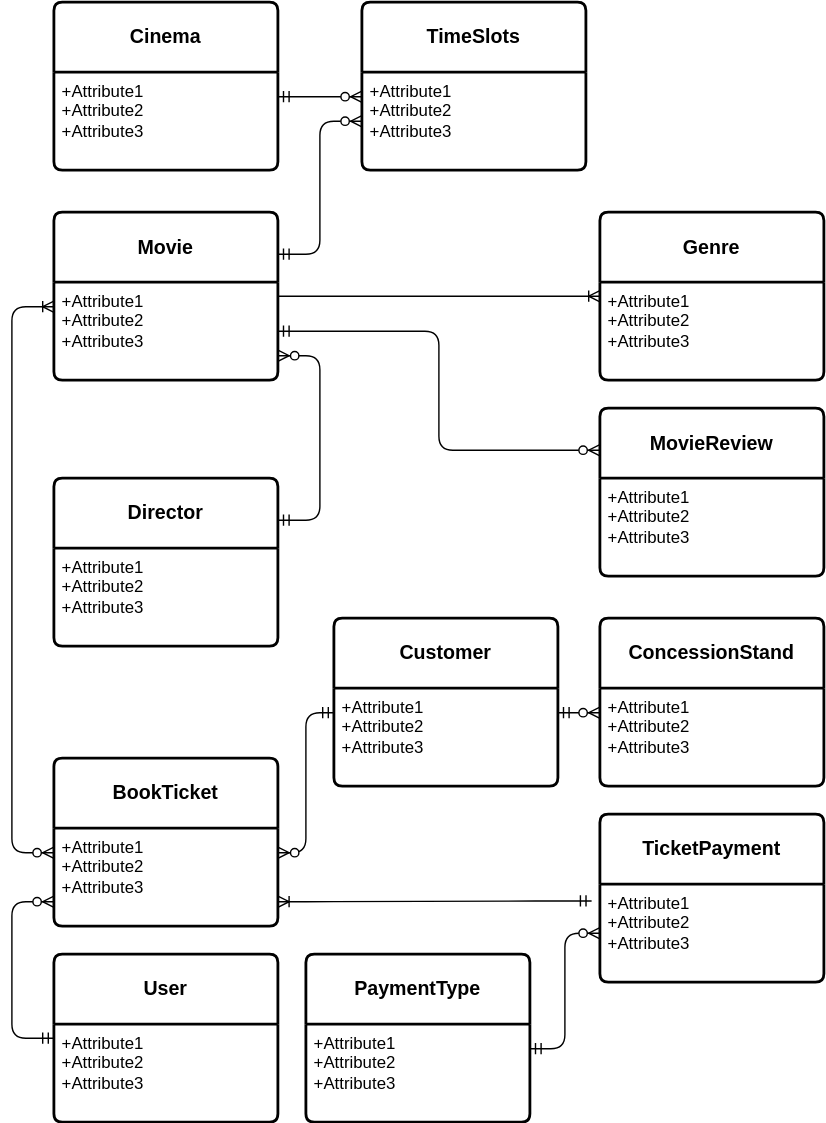
Above: images/MovieSystemClassDiagram.svg in AneleNqabeni220403635/ADP372S_Capstone_Project_MovieSystem (draw.io), before the change. Source tidied: cells renumbered, new cells last; positions are measured from the earlier drawing's top-left corner, leaving out a move shared by most shapes.
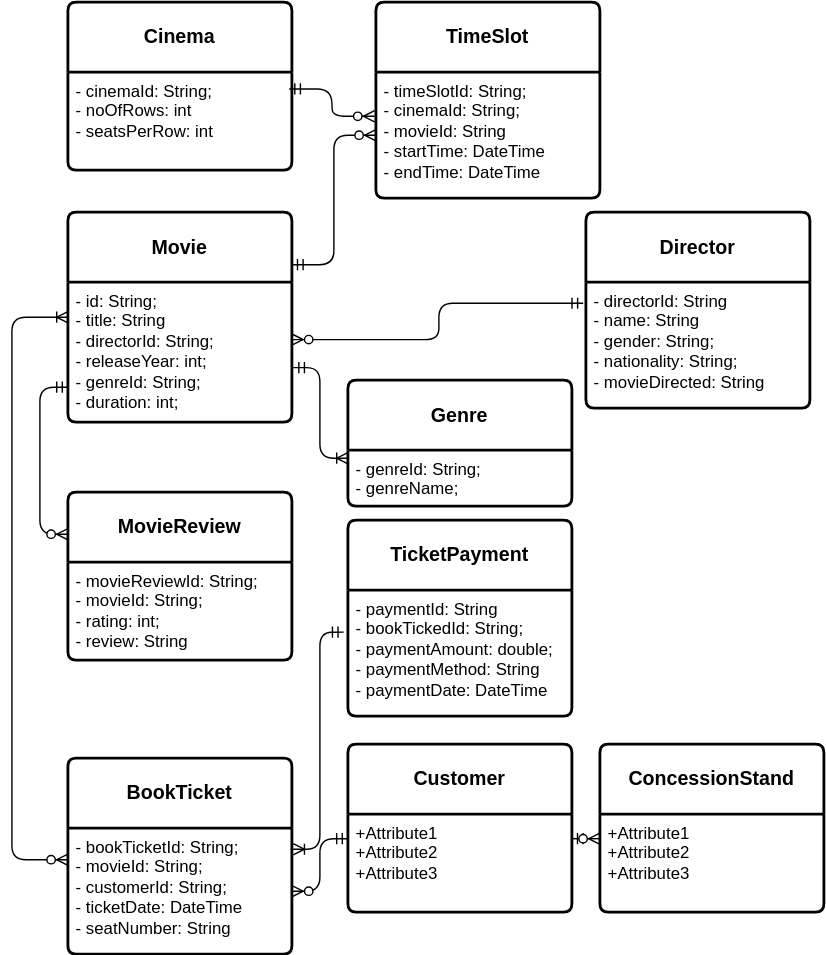
The same file after the commit.

Commit message:
Updated class diagram

The edit, as a diff of the source:
```diff
@@ -3,121 +3,101 @@
     <mxCell id="0" />
     <mxCell id="1" parent="0" />
     <mxCell id="2" value="&lt;b&gt;Director&lt;/b&gt;" style="swimlane;horizontal=1;startSize=50;rounded=1;fontSize=14;fontStyle=0;strokeWidth=2;shadow=0;dashed=0;align=center;arcSize=4;whiteSpace=wrap;html=1;" parent="1" vertex="1">
-      <mxGeometry x="30" y="340" width="160" height="120" as="geometry" />
+      <mxGeometry x="400" y="150" width="160" height="140" as="geometry" />
     </mxCell>
-    <mxCell id="3" value="+Attribute1&#10;+Attribute2&#10;+Attribute3" style="align=left;strokeColor=none;fillColor=none;spacingLeft=4;fontSize=12;verticalAlign=top;html=1;" parent="2" vertex="1">
-      <mxGeometry y="50" width="160" height="70" as="geometry" />
+    <mxCell id="3" value="- directorId: String&lt;div&gt;- name: String&lt;/div&gt;&lt;div&gt;- gender: String;&lt;/div&gt;&lt;div&gt;- nationality: String;&lt;/div&gt;&lt;div&gt;- movieDirected: String&lt;/div&gt;" style="align=left;strokeColor=none;fillColor=none;spacingLeft=4;fontSize=12;verticalAlign=top;html=1;" parent="2" vertex="1">
+      <mxGeometry y="50" width="160" height="90" as="geometry" />
     </mxCell>
     <mxCell id="4" value="&lt;b&gt;Movie&lt;/b&gt;" style="swimlane;horizontal=1;startSize=50;rounded=1;fontSize=14;fontStyle=0;strokeWidth=2;shadow=0;dashed=0;align=center;arcSize=4;whiteSpace=wrap;html=1;" parent="1" vertex="1">
-      <mxGeometry x="30" y="150" width="160" height="120" as="geometry" />
+      <mxGeometry x="30" y="150" width="160" height="150" as="geometry" />
     </mxCell>
-    <mxCell id="5" value="+Attribute1&#10;+Attribute2&#10;+Attribute3" style="align=left;strokeColor=none;fillColor=none;spacingLeft=4;fontSize=12;verticalAlign=top;html=1;" parent="4" vertex="1">
-      <mxGeometry y="50" width="160" height="70" as="geometry" />
+    <mxCell id="5" value="- id: String;&lt;br&gt;- title: String&lt;br&gt;- directorId: String;&lt;br&gt;- releaseYear: int;&lt;br&gt;- genreId: String;&lt;div&gt;- duration: int;&lt;/div&gt;" style="align=left;strokeColor=none;fillColor=none;spacingLeft=4;fontSize=12;verticalAlign=top;html=1;" parent="4" vertex="1">
+      <mxGeometry y="50" width="160" height="100" as="geometry" />
     </mxCell>
     <mxCell id="6" value="&lt;b&gt;BookTicket&lt;/b&gt;" style="swimlane;horizontal=1;startSize=50;rounded=1;fontSize=14;fontStyle=0;strokeWidth=2;shadow=0;dashed=0;align=center;arcSize=4;whiteSpace=wrap;html=1;" parent="1" vertex="1">
-      <mxGeometry x="30" y="540" width="160" height="120" as="geometry" />
+      <mxGeometry x="30" y="540" width="160" height="140" as="geometry" />
     </mxCell>
-    <mxCell id="7" value="+Attribute1&#10;+Attribute2&#10;+Attribute3" style="align=left;strokeColor=none;fillColor=none;spacingLeft=4;fontSize=12;verticalAlign=top;html=1;" parent="6" vertex="1">
-      <mxGeometry y="50" width="160" height="70" as="geometry" />
+    <mxCell id="7" value="- bookTicketId: String;&lt;br&gt;- movieId: String;&lt;br&gt;- customerId: String;&lt;div&gt;- ticketDate: DateTime&lt;/div&gt;&lt;div&gt;- seatNumber: String&lt;/div&gt;" style="align=left;strokeColor=none;fillColor=none;spacingLeft=4;fontSize=12;verticalAlign=top;html=1;" parent="6" vertex="1">
+      <mxGeometry y="50" width="160" height="90" as="geometry" />
     </mxCell>
     <mxCell id="8" value="&lt;b&gt;ConcessionStand&lt;/b&gt;" style="swimlane;horizontal=1;startSize=50;rounded=1;fontSize=14;fontStyle=0;strokeWidth=2;shadow=0;dashed=0;align=center;arcSize=4;whiteSpace=wrap;html=1;" parent="1" vertex="1">
-      <mxGeometry x="420" y="440" width="160" height="120" as="geometry" />
+      <mxGeometry x="410" y="530" width="160" height="120" as="geometry" />
     </mxCell>
     <mxCell id="9" value="+Attribute1&#10;+Attribute2&#10;+Attribute3" style="align=left;strokeColor=none;fillColor=none;spacingLeft=4;fontSize=12;verticalAlign=top;html=1;" parent="8" vertex="1">
       <mxGeometry y="50" width="160" height="70" as="geometry" />
     </mxCell>
     <mxCell id="10" value="&lt;b&gt;Genre&lt;/b&gt;" style="swimlane;horizontal=1;startSize=50;rounded=1;fontSize=14;fontStyle=0;strokeWidth=2;shadow=0;dashed=0;align=center;arcSize=4;whiteSpace=wrap;html=1;" parent="1" vertex="1">
-      <mxGeometry x="420" y="150" width="160" height="120" as="geometry" />
+      <mxGeometry x="230" y="270" width="160" height="90" as="geometry" />
     </mxCell>
-    <mxCell id="11" value="+Attribute1&#10;+Attribute2&#10;+Attribute3" style="align=left;strokeColor=none;fillColor=none;spacingLeft=4;fontSize=12;verticalAlign=top;html=1;" parent="10" vertex="1">
-      <mxGeometry y="50" width="160" height="70" as="geometry" />
+    <mxCell id="11" value="- genreId: String;&lt;div&gt;- genreName;&lt;/div&gt;" style="align=left;strokeColor=none;fillColor=none;spacingLeft=4;fontSize=12;verticalAlign=top;html=1;" parent="10" vertex="1">
+      <mxGeometry y="50" width="160" height="40" as="geometry" />
     </mxCell>
     <mxCell id="12" value="&lt;b&gt;MovieReview&lt;/b&gt;" style="swimlane;horizontal=1;startSize=50;rounded=1;fontSize=14;fontStyle=0;strokeWidth=2;shadow=0;dashed=0;align=center;arcSize=4;whiteSpace=wrap;html=1;" parent="1" vertex="1">
-      <mxGeometry x="420" y="290" width="160" height="120" as="geometry" />
+      <mxGeometry x="30" y="350" width="160" height="120" as="geometry" />
     </mxCell>
-    <mxCell id="13" value="+Attribute1&#10;+Attribute2&#10;+Attribute3" style="align=left;strokeColor=none;fillColor=none;spacingLeft=4;fontSize=12;verticalAlign=top;html=1;" parent="12" vertex="1">
+    <mxCell id="13" value="- movieReviewId: String;&lt;div&gt;- movieId: String;&lt;/div&gt;&lt;div&gt;- rating: int;&lt;/div&gt;&lt;div&gt;- review: String&lt;/div&gt;" style="align=left;strokeColor=none;fillColor=none;spacingLeft=4;fontSize=12;verticalAlign=top;html=1;" parent="12" vertex="1">
       <mxGeometry y="50" width="160" height="70" as="geometry" />
     </mxCell>
-    <mxCell id="14" style="fontSize=12;html=1;endArrow=ERoneToMany;rounded=0;entryX=0;entryY=0.5;entryDx=0;entryDy=0;exitX=1;exitY=0.5;exitDx=0;exitDy=0;" parent="1" edge="1" target="10">
-      <mxGeometry relative="1" as="geometry">
-        <mxPoint x="190" y="210" as="sourcePoint" />
-      </mxGeometry>
-    </mxCell>
     <mxCell id="15" value="&lt;b&gt;Customer&lt;/b&gt;" style="swimlane;horizontal=1;startSize=50;rounded=1;fontSize=14;fontStyle=0;strokeWidth=2;shadow=0;dashed=0;align=center;arcSize=4;whiteSpace=wrap;html=1;" parent="1" vertex="1">
-      <mxGeometry x="230" y="440" width="160" height="120" as="geometry" />
+      <mxGeometry x="230" y="530" width="160" height="120" as="geometry" />
     </mxCell>
     <mxCell id="16" value="+Attribute1&#10;+Attribute2&#10;+Attribute3" style="align=left;strokeColor=none;fillColor=none;spacingLeft=4;fontSize=12;verticalAlign=top;html=1;" parent="15" vertex="1">
       <mxGeometry y="50" width="160" height="70" as="geometry" />
     </mxCell>
-    <mxCell id="17" style="edgeStyle=orthogonalEdgeStyle;fontSize=12;html=1;endArrow=ERzeroToMany;startArrow=ERmandOne;rounded=1;entryX=0;entryY=0.25;entryDx=0;entryDy=0;exitX=1;exitY=0.5;exitDx=0;exitDy=0;" parent="1" edge="1" source="5" target="12">
-      <mxGeometry relative="1" as="geometry" />
+    <mxCell id="17" style="edgeStyle=orthogonalEdgeStyle;fontSize=12;html=1;endArrow=ERzeroToMany;startArrow=ERmandOne;rounded=1;entryX=0;entryY=0.25;entryDx=0;entryDy=0;exitX=0;exitY=0.75;exitDx=0;exitDy=0;" parent="1" edge="1" source="5" target="12">
+      <mxGeometry relative="1" as="geometry">
+        <Array as="points">
+          <mxPoint x="10" y="275" />
+          <mxPoint x="10" y="380" />
+        </Array>
+      </mxGeometry>
     </mxCell>
     <mxCell id="18" style="edgeStyle=orthogonalEdgeStyle;fontSize=12;html=1;endArrow=ERzeroToMany;startArrow=ERmandOne;rounded=1;exitX=1;exitY=0.25;exitDx=0;exitDy=0;curved=0;entryX=0;entryY=0.25;entryDx=0;entryDy=0;" parent="1" edge="1" source="16" target="9">
       <mxGeometry relative="1" as="geometry" />
     </mxCell>
-    <mxCell id="19" style="edgeStyle=orthogonalEdgeStyle;fontSize=12;html=1;endArrow=ERzeroToMany;startArrow=ERmandOne;rounded=1;entryX=1;entryY=0.25;entryDx=0;entryDy=0;exitX=0;exitY=0.25;exitDx=0;exitDy=0;" parent="1" edge="1" source="16" target="7">
+    <mxCell id="19" style="edgeStyle=orthogonalEdgeStyle;fontSize=12;html=1;endArrow=ERzeroToMany;startArrow=ERmandOne;rounded=1;entryX=1;entryY=0.5;entryDx=0;entryDy=0;exitX=0;exitY=0.25;exitDx=0;exitDy=0;" parent="1" edge="1" source="16" target="7">
       <mxGeometry relative="1" as="geometry" />
     </mxCell>
-    <mxCell id="20" value="&lt;b&gt;User&lt;/b&gt;" style="swimlane;horizontal=1;startSize=50;rounded=1;fontSize=14;fontStyle=0;strokeWidth=2;shadow=0;dashed=0;align=center;arcSize=4;whiteSpace=wrap;html=1;" parent="1" vertex="1">
-      <mxGeometry x="30" y="680" width="160" height="120" as="geometry" />
-    </mxCell>
-    <mxCell id="21" value="+Attribute1&#10;+Attribute2&#10;+Attribute3" style="align=left;strokeColor=none;fillColor=none;spacingLeft=4;fontSize=12;verticalAlign=top;html=1;" parent="20" vertex="1">
-      <mxGeometry y="50" width="160" height="70" as="geometry" />
-    </mxCell>
-    <mxCell id="22" style="edgeStyle=orthogonalEdgeStyle;fontSize=12;html=1;endArrow=ERzeroToMany;startArrow=ERmandOne;rounded=1;entryX=0;entryY=0.75;entryDx=0;entryDy=0;exitX=0;exitY=0.143;exitDx=0;exitDy=0;exitPerimeter=0;" parent="1" edge="1" source="21" target="7">
-      <mxGeometry relative="1" as="geometry">
-        <Array as="points">
-          <mxPoint y="740" />
-          <mxPoint y="643" />
-        </Array>
-      </mxGeometry>
-    </mxCell>
-    <mxCell id="23" style="edgeStyle=orthogonalEdgeStyle;fontSize=12;html=1;endArrow=ERoneToMany;startArrow=ERzeroToMany;rounded=1;entryX=0;entryY=0.25;entryDx=0;entryDy=0;exitX=0;exitY=0.25;exitDx=0;exitDy=0;curved=0;" parent="1" edge="1" source="7" target="5">
+    <mxCell id="23" style="edgeStyle=orthogonalEdgeStyle;fontSize=12;html=1;endArrow=ERoneToMany;startArrow=ERzeroToMany;rounded=1;entryX=0;entryY=0.25;entryDx=0;entryDy=0;exitX=0;exitY=0.25;exitDx=0;exitDy=0;" parent="1" edge="1" source="7" target="5">
       <mxGeometry relative="1" as="geometry">
         <Array as="points">
-          <mxPoint y="608" />
-          <mxPoint y="218" />
+          <mxPoint x="-10" y="613" />
+          <mxPoint x="-10" y="225" />
         </Array>
       </mxGeometry>
     </mxCell>
-    <mxCell id="24" style="edgeStyle=entityRelationEdgeStyle;fontSize=12;html=1;endArrow=ERzeroToMany;startArrow=ERmandOne;rounded=1;exitX=1;exitY=0.25;exitDx=0;exitDy=0;entryX=1;entryY=0.75;entryDx=0;entryDy=0;curved=0;" parent="1" edge="1" source="2" target="5">
+    <mxCell id="24" style="edgeStyle=orthogonalEdgeStyle;fontSize=12;html=1;endArrow=ERzeroToMany;startArrow=ERmandOne;rounded=1;exitX=-0.012;exitY=0.167;exitDx=0;exitDy=0;exitPerimeter=0;entryX=1;entryY=0.41;entryDx=0;entryDy=0;entryPerimeter=0;" parent="1" edge="1" source="3" target="5">
       <mxGeometry relative="1" as="geometry" />
     </mxCell>
     <mxCell id="25" value="&lt;b&gt;Cinema&lt;/b&gt;" style="swimlane;horizontal=1;startSize=50;rounded=1;fontSize=14;fontStyle=0;strokeWidth=2;shadow=0;dashed=0;align=center;arcSize=4;whiteSpace=wrap;html=1;" parent="1" vertex="1">
       <mxGeometry x="30" width="160" height="120" as="geometry" />
     </mxCell>
-    <mxCell id="26" value="+Attribute1&#10;+Attribute2&#10;+Attribute3" style="align=left;strokeColor=none;fillColor=none;spacingLeft=4;fontSize=12;verticalAlign=top;html=1;" parent="25" vertex="1">
+    <mxCell id="26" value="- cinemaId: String;&lt;div&gt;- noOfRows: int&lt;/div&gt;&lt;div&gt;- seatsPerRow: int&lt;/div&gt;" style="align=left;strokeColor=none;fillColor=none;spacingLeft=4;fontSize=12;verticalAlign=top;html=1;" parent="25" vertex="1">
       <mxGeometry y="50" width="160" height="70" as="geometry" />
     </mxCell>
-    <mxCell id="27" value="&lt;b&gt;TimeSlots&lt;/b&gt;" style="swimlane;horizontal=1;startSize=50;rounded=1;fontSize=14;fontStyle=0;strokeWidth=2;shadow=0;dashed=0;align=center;arcSize=4;whiteSpace=wrap;html=1;" parent="1" vertex="1">
-      <mxGeometry x="250" width="160" height="120" as="geometry" />
+    <mxCell id="27" value="&lt;b&gt;TimeSlot&lt;/b&gt;" style="swimlane;horizontal=1;startSize=50;rounded=1;fontSize=14;fontStyle=0;strokeWidth=2;shadow=0;dashed=0;align=center;arcSize=4;whiteSpace=wrap;html=1;" parent="1" vertex="1">
+      <mxGeometry x="250" width="160" height="140" as="geometry" />
     </mxCell>
-    <mxCell id="28" value="+Attribute1&#10;+Attribute2&#10;+Attribute3" style="align=left;strokeColor=none;fillColor=none;spacingLeft=4;fontSize=12;verticalAlign=top;html=1;" parent="27" vertex="1">
-      <mxGeometry y="50" width="160" height="70" as="geometry" />
+    <mxCell id="28" value="- timeSlotId: String;&lt;div&gt;- cinemaId: String;&lt;br&gt;&lt;div&gt;- movieId: String&lt;/div&gt;&lt;div&gt;- startTime: DateTime&lt;/div&gt;&lt;div&gt;- endTime: DateTime&lt;/div&gt;&lt;/div&gt;" style="align=left;strokeColor=none;fillColor=none;spacingLeft=4;fontSize=12;verticalAlign=top;html=1;" parent="27" vertex="1">
+      <mxGeometry y="50" width="160" height="90" as="geometry" />
     </mxCell>
-    <mxCell id="29" style="edgeStyle=entityRelationEdgeStyle;fontSize=12;html=1;endArrow=ERzeroToMany;startArrow=ERmandOne;rounded=1;exitX=1;exitY=0.25;exitDx=0;exitDy=0;entryX=0;entryY=0.25;entryDx=0;entryDy=0;curved=0;" parent="1" edge="1" source="26" target="28">
+    <mxCell id="29" style="edgeStyle=entityRelationEdgeStyle;fontSize=12;html=1;endArrow=ERzeroToMany;startArrow=ERmandOne;rounded=1;exitX=0.988;exitY=0.171;exitDx=0;exitDy=0;entryX=-0.006;entryY=0.35;entryDx=0;entryDy=0;curved=0;entryPerimeter=0;exitPerimeter=0;" parent="1" edge="1" source="26" target="28">
       <mxGeometry relative="1" as="geometry" />
     </mxCell>
     <mxCell id="30" style="edgeStyle=entityRelationEdgeStyle;fontSize=12;html=1;endArrow=ERzeroToMany;startArrow=ERmandOne;rounded=1;exitX=1;exitY=0.25;exitDx=0;exitDy=0;entryX=0;entryY=0.5;entryDx=0;entryDy=0;curved=0;" parent="1" edge="1" source="4" target="28">
       <mxGeometry relative="1" as="geometry" />
     </mxCell>
     <mxCell id="31" value="&lt;b&gt;TicketPayment&lt;/b&gt;" style="swimlane;horizontal=1;startSize=50;rounded=1;fontSize=14;fontStyle=0;strokeWidth=2;shadow=0;dashed=0;align=center;arcSize=4;whiteSpace=wrap;html=1;" parent="1" vertex="1">
-      <mxGeometry x="420" y="580" width="160" height="120" as="geometry" />
+      <mxGeometry x="230" y="370" width="160" height="140" as="geometry" />
     </mxCell>
-    <mxCell id="32" value="+Attribute1&#10;+Attribute2&#10;+Attribute3" style="align=left;strokeColor=none;fillColor=none;spacingLeft=4;fontSize=12;verticalAlign=top;html=1;" parent="31" vertex="1">
-      <mxGeometry y="50" width="160" height="70" as="geometry" />
+    <mxCell id="32" value="- paymentId: String&lt;div&gt;- bookTickedId: String;&lt;/div&gt;&lt;div&gt;- paymentAmount: double;&lt;/div&gt;&lt;div&gt;- paymentMethod: String&lt;/div&gt;&lt;div&gt;- paymentDate: DateTime&lt;/div&gt;" style="align=left;strokeColor=none;fillColor=none;spacingLeft=4;fontSize=12;verticalAlign=top;html=1;" parent="31" vertex="1">
+      <mxGeometry y="50" width="160" height="90" as="geometry" />
     </mxCell>
-    <mxCell id="33" style="edgeStyle=entityRelationEdgeStyle;fontSize=12;html=1;endArrow=ERoneToMany;startArrow=ERmandOne;rounded=1;entryX=1;entryY=0.75;entryDx=0;entryDy=0;exitX=-0.037;exitY=0.171;exitDx=0;exitDy=0;exitPerimeter=0;curved=0;" parent="1" edge="1" source="32" target="7">
+    <mxCell id="33" style="edgeStyle=orthogonalEdgeStyle;fontSize=12;html=1;endArrow=ERoneToMany;startArrow=ERmandOne;rounded=1;exitX=-0.019;exitY=0.333;exitDx=0;exitDy=0;exitPerimeter=0;entryX=1.006;entryY=0.167;entryDx=0;entryDy=0;entryPerimeter=0;" parent="1" edge="1" source="32" target="7">
       <mxGeometry relative="1" as="geometry" />
     </mxCell>
-    <mxCell id="34" value="&lt;b&gt;PaymentType&lt;/b&gt;" style="swimlane;horizontal=1;startSize=50;rounded=1;fontSize=14;fontStyle=0;strokeWidth=2;shadow=0;dashed=0;align=center;arcSize=4;whiteSpace=wrap;html=1;" parent="1" vertex="1">
-      <mxGeometry x="210" y="680" width="160" height="120" as="geometry" />
-    </mxCell>
-    <mxCell id="35" value="+Attribute1&#10;+Attribute2&#10;+Attribute3" style="align=left;strokeColor=none;fillColor=none;spacingLeft=4;fontSize=12;verticalAlign=top;html=1;" parent="34" vertex="1">
-      <mxGeometry y="50" width="160" height="70" as="geometry" />
-    </mxCell>
-    <mxCell id="36" style="edgeStyle=orthogonalEdgeStyle;fontSize=12;html=1;endArrow=ERzeroToMany;startArrow=ERmandOne;rounded=1;exitX=1;exitY=0.25;exitDx=0;exitDy=0;entryX=0;entryY=0.5;entryDx=0;entryDy=0;" parent="1" edge="1" source="35" target="32">
-      <mxGeometry relative="1" as="geometry" />
-    </mxCell>
+    <mxCell id="37" style="edgeStyle=elbowEdgeStyle;fontSize=12;html=1;endArrow=ERoneToMany;startArrow=ERmandOne;rounded=1;exitX=1.006;exitY=0.61;exitDx=0;exitDy=0;exitPerimeter=0;entryX=0;entryY=0.143;entryDx=0;entryDy=0;entryPerimeter=0;curved=0;" parent="1" edge="1" source="5" target="11">
+      <mxGeometry relative="1" as="geometry" />
+    </mxCell>
   </root>
 </mxGraphModel>
```
